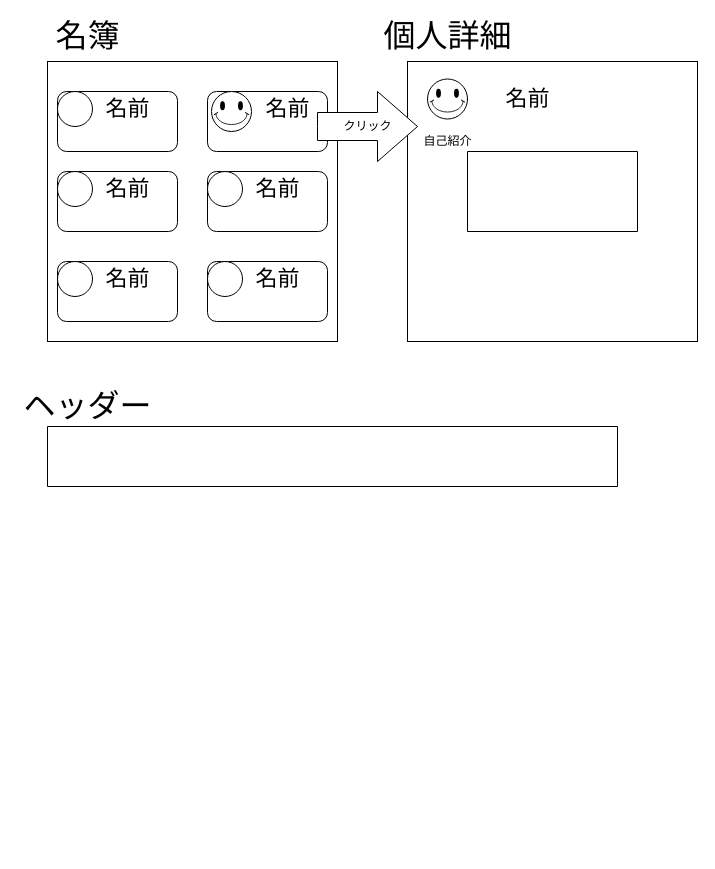
Earlier version of the draw.io diagram meiboo.drawio (kenshin1025/meiboo). Source tidied: cells renumbered, new cells numbered last; positions are measured from the earlier drawing's top-left corner, leaving out a move shared by most shapes. Both pictures are drawn from the tidied source at 100%, with x=0, y=0 at pixel (17, 21).
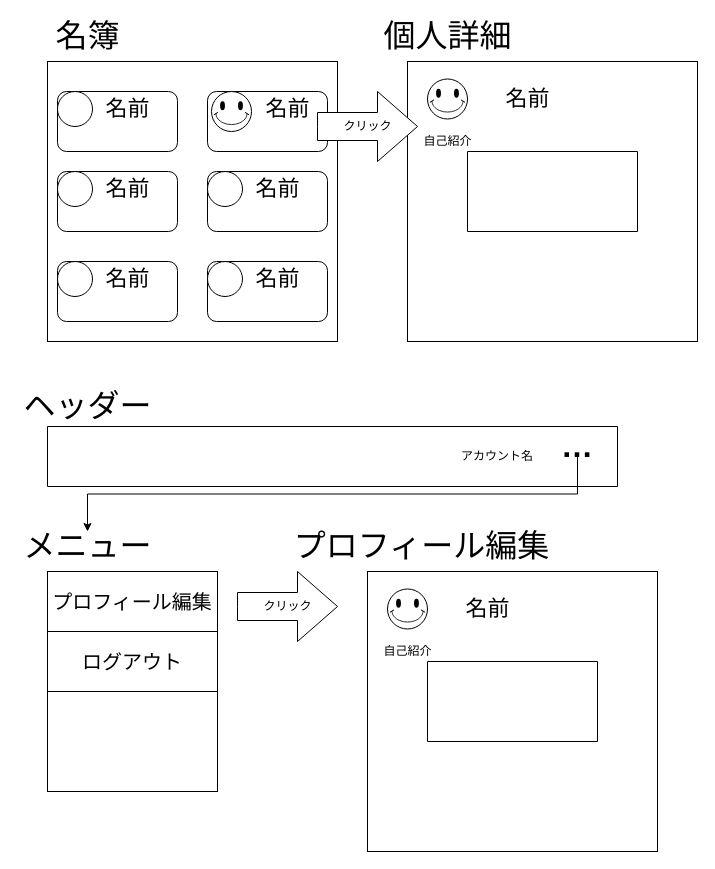
Above is the later version.

Commit message:
ポンチ絵作成

What changed in the source:
```diff
@@
+    <mxCell id="37" value="アカウント名" style="text;html=1;strokeColor=none;fillColor=none;align=center;verticalAlign=middle;whiteSpace=wrap;rounded=0;" parent="1" vertex="1">
+      <mxGeometry x="440" y="425" width="80" height="20" as="geometry" />
+    </mxCell>
+    <mxCell id="38" style="edgeStyle=orthogonalEdgeStyle;rounded=0;jettySize=auto;html=1;exitX=0.5;exitY=1;exitDx=0;exitDy=0;" parent="1" edge="1" source="39" target="41">
+      <mxGeometry relative="1" as="geometry" />
+    </mxCell>
+    <mxCell id="39" value="&lt;b&gt;&lt;font style=&quot;font-size: 32px&quot;&gt;…&lt;/font&gt;&lt;/b&gt;" style="text;html=1;strokeColor=none;fillColor=none;align=center;verticalAlign=middle;whiteSpace=wrap;rounded=0;" parent="1" vertex="1">
+      <mxGeometry x="520" y="415" width="80" height="20" as="geometry" />
+    </mxCell>
+    <mxCell id="40" style="rounded=0;whiteSpace=wrap;html=1;" parent="1" vertex="1">
+      <mxGeometry x="30" y="550" width="170" height="220" as="geometry" />
+    </mxCell>
+    <mxCell id="41" value="&lt;span style=&quot;font-size: 32px&quot;&gt;メニュー&lt;/span&gt;" style="text;html=1;align=center;verticalAlign=middle;points=[];" parent="1" vertex="1">
+      <mxGeometry y="510" width="140" height="30" as="geometry" />
+    </mxCell>
+    <mxCell id="42" value="&lt;font style=&quot;font-size: 20px&quot;&gt;プロフィール編集&lt;/font&gt;" style="rounded=0;whiteSpace=wrap;html=1;" parent="1" vertex="1">
+      <mxGeometry x="30" y="550" width="170" height="60" as="geometry" />
+    </mxCell>
+    <mxCell id="43" value="&lt;span style=&quot;font-size: 20px&quot;&gt;ログアウト&lt;/span&gt;" style="rounded=0;whiteSpace=wrap;html=1;" parent="1" vertex="1">
+      <mxGeometry x="30" y="610" width="170" height="60" as="geometry" />
+    </mxCell>
+    <mxCell id="44" style="group;" parent="1" vertex="1">
+      <mxGeometry x="350" y="550" width="290" height="280" as="geometry" />
+    </mxCell>
+    <mxCell id="45" style="rounded=0;whiteSpace=wrap;html=1;" parent="44" vertex="1">
+      <mxGeometry width="290" height="280" as="geometry" />
+    </mxCell>
+    <mxCell id="46" style="verticalLabelPosition=bottom;verticalAlign=top;html=1;shape=mxgraph.basic.smiley;" parent="44" vertex="1">
+      <mxGeometry x="20" y="17.5" width="40" height="40" as="geometry" />
+    </mxCell>
+    <mxCell id="47" value="&lt;font style=&quot;font-size: 22px&quot;&gt;名前&lt;/font&gt;" style="text;html=1;align=center;verticalAlign=middle;" parent="44" vertex="1">
+      <mxGeometry x="90" y="27.5" width="60" height="20" as="geometry" />
+    </mxCell>
+    <mxCell id="48" style="verticalLabelPosition=bottom;verticalAlign=top;html=1;shape=mxgraph.basic.rect;fillColor2=none;strokeWidth=1;size=20;indent=5;rounded=1;" parent="44" vertex="1">
+      <mxGeometry x="60" y="90" width="170" height="80" as="geometry" />
+    </mxCell>
+    <mxCell id="49" value="自己紹介" style="text;html=1;align=center;verticalAlign=middle;" parent="44" vertex="1">
+      <mxGeometry x="10" y="70" width="60" height="20" as="geometry" />
+    </mxCell>
+    <mxCell id="50" value="&lt;span style=&quot;font-size: 32px&quot;&gt;プロフィール編集&lt;/span&gt;" style="text;html=1;align=center;verticalAlign=middle;" parent="1" vertex="1">
+      <mxGeometry x="269" y="510" width="270" height="30" as="geometry" />
+    </mxCell>
+    <mxCell id="51" value="クリック" style="html=1;shadow=0;dashed=0;align=center;verticalAlign=middle;shape=mxgraph.arrows2.arrow;dy=0.6;dx=40;notch=0;rounded=1;" parent="1" vertex="1">
+      <mxGeometry x="220" y="550" width="100" height="70" as="geometry" />
+    </mxCell>
```
